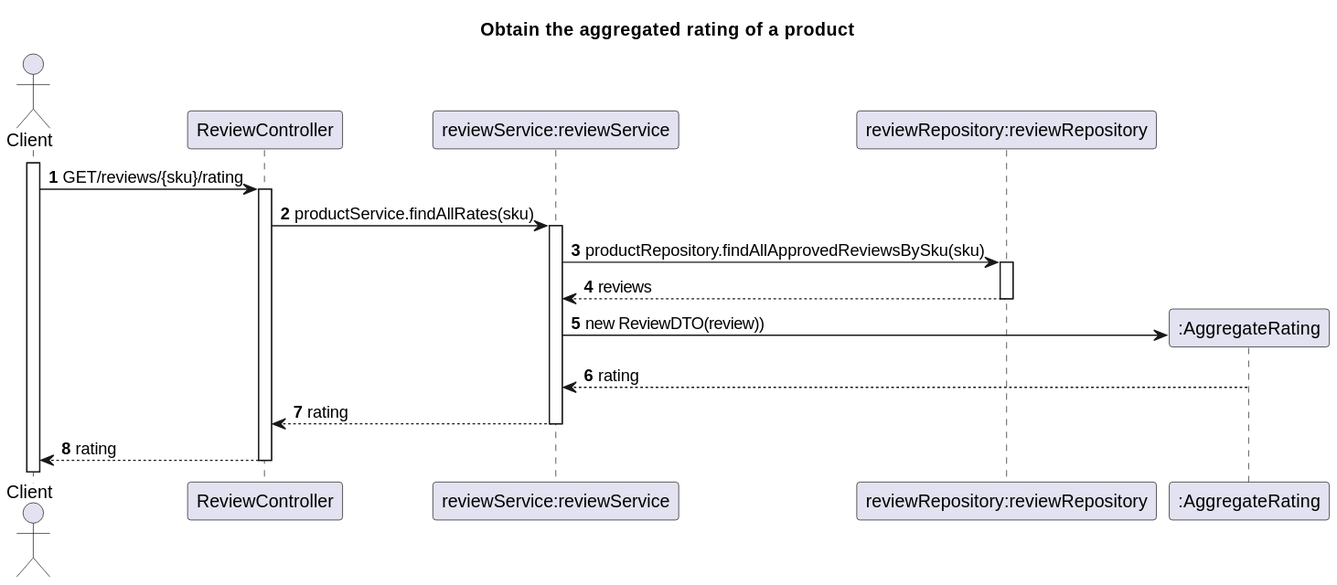
The PlantUML diagram Docs/US12-SD.svg in TiagoNora/SIDIS-Docs, before a commit.
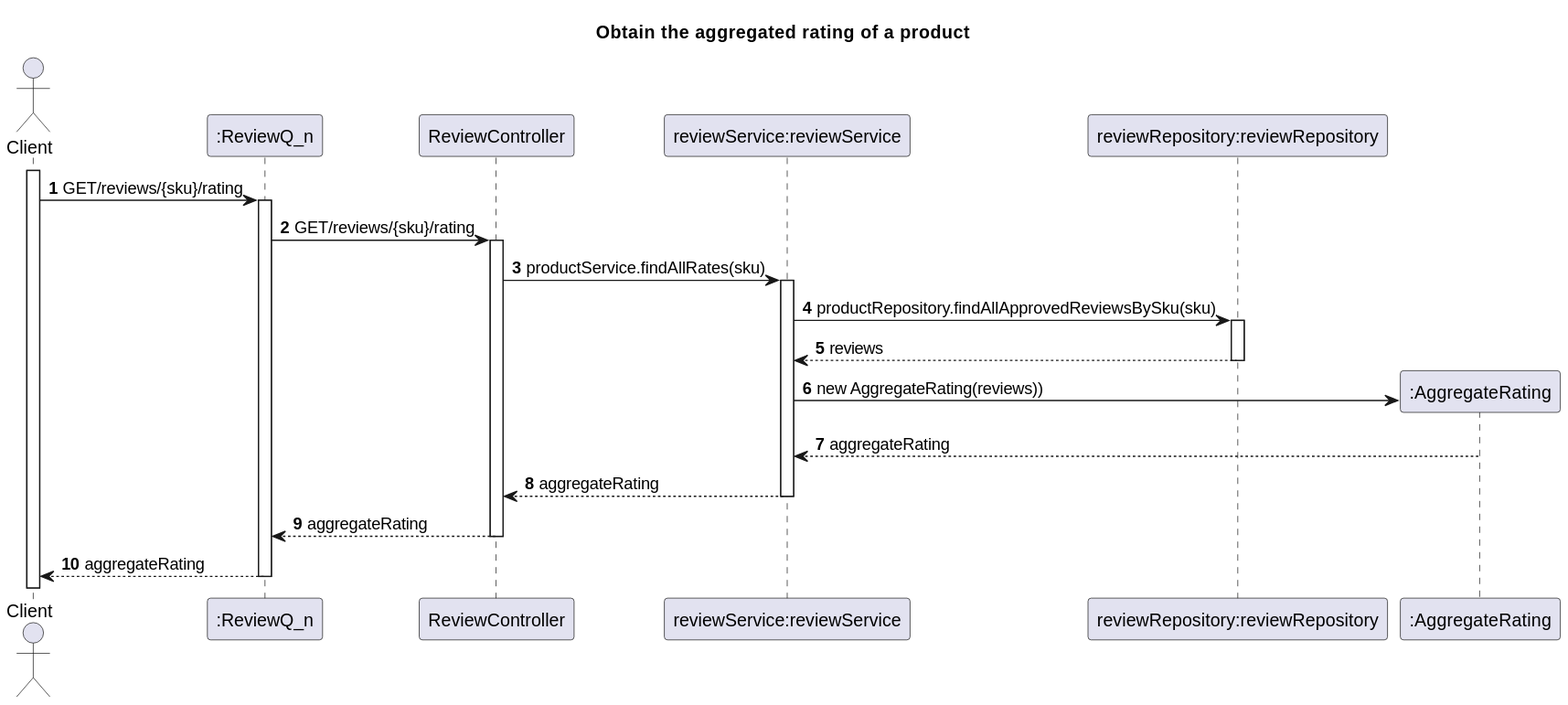
The same file after the commit.

What changed in the source:
```diff
@@ -6,6 +6,7 @@
 autonumber
 
 actor "Client" as Client
+participant ":ReviewQ_n" as reviewQ
 participant "ReviewController" as Ctrl
 participant "reviewService:reviewService" as Svc
 participant "reviewRepository:reviewRepository" as Repo
@@ -13,14 +14,16 @@
 
 activate Client
 
-Client -> Ctrl : GET/reviews/{sku}/rating
+Client -> reviewQ : GET/reviews/{sku}/rating
+reviewQ -> Ctrl: GET/reviews/{sku}/rating
 Ctrl -> Svc : productService.findAllRates(sku)
 Svc -> Repo: productRepository.findAllApprovedReviewsBySku(sku)
 Repo --> Svc: reviews
-Svc -> aggregateRating**: new ReviewDTO(review))
-aggregateRating --> Svc: rating
-Svc --> Ctrl: rating
-Ctrl --> Client: rating
+Svc -> aggregateRating**: new AggregateRating(reviews))
+aggregateRating --> Svc: aggregateRating
+Svc --> Ctrl: aggregateRating
+Ctrl --> reviewQ: aggregateRating
+reviewQ --> Client: aggregateRating
 
 
 
```
